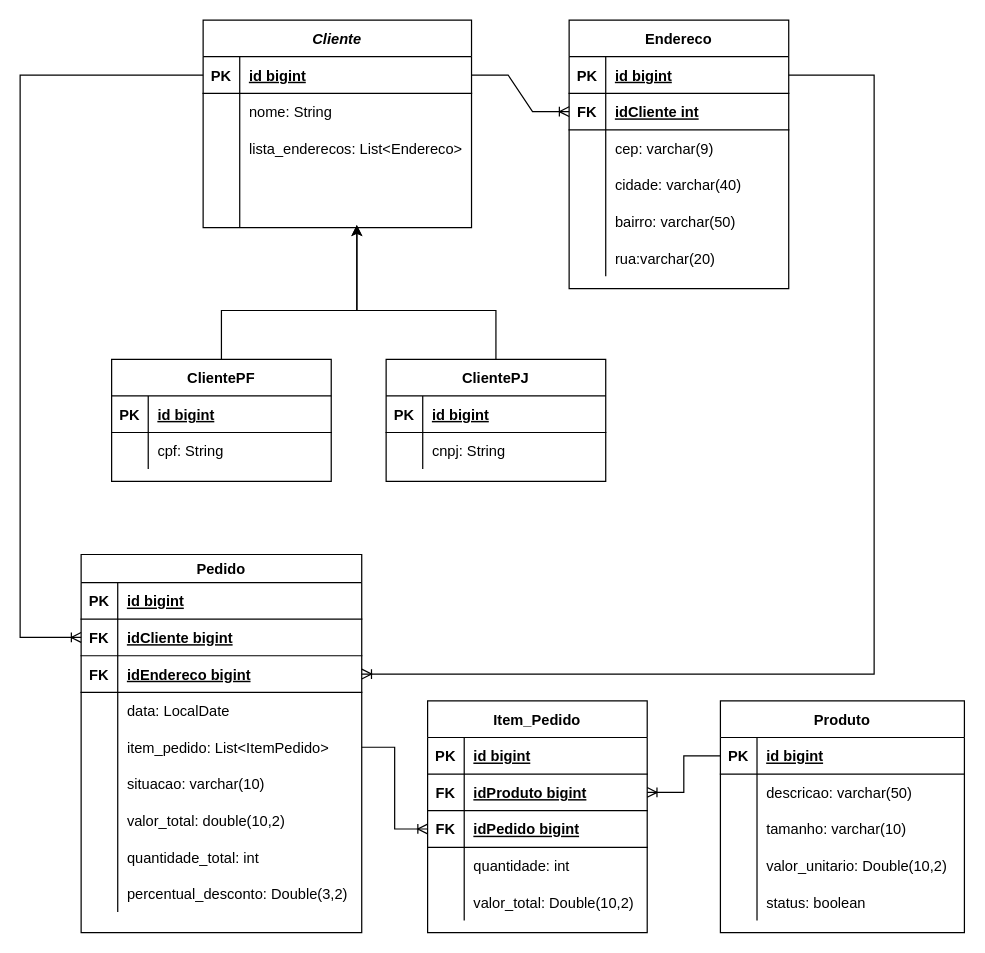
The draw.io diagram outros-documentos/mer_atualizado.drawio in ambrosiaandrade/proway-vissemodas, before the edit. Source tidied: cells renumbered, new cells numbered last; positions are measured from the earlier drawing's top-left corner, leaving out a move shared by most shapes. Both pictures are drawn from the tidied source at 122%, with x=0, y=0 at pixel (20, 20).
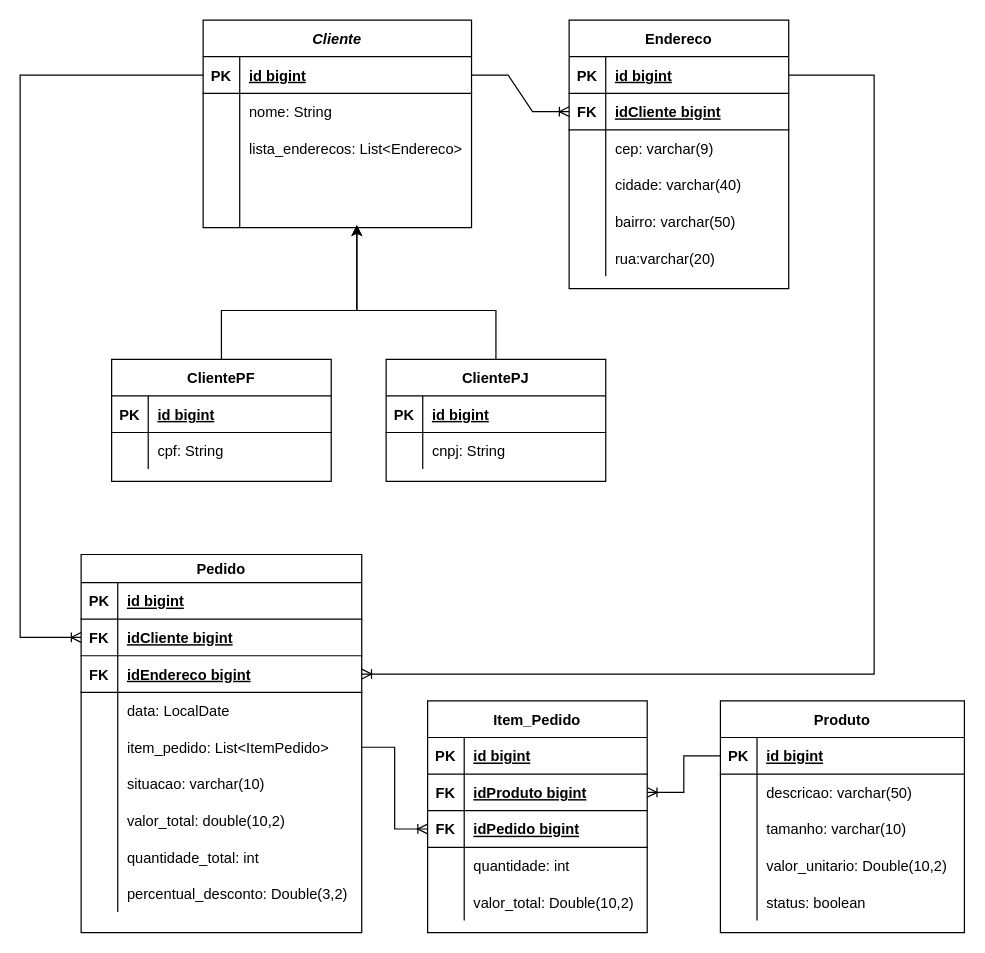
The same page after the edit.

Unchanged cells that the change refers to:
```xml
<mxCell id="66" style="shape=partialRectangle;fillColor=none;top=0;left=0;bottom=1;right=0;points=[[0,0.5],[1,0.5]];portConstraint=eastwest;" parent="62" vertex="1">
  <mxGeometry y="60" width="180" height="30" as="geometry" />
</mxCell>
```

Change to the diagram source:
```diff
@@
-    <mxCell id="68" value="idCliente int" style="shape=partialRectangle;fillColor=none;top=0;left=0;bottom=0;right=0;align=left;spacingLeft=6;fontStyle=5;overflow=hidden;" parent="66" vertex="1">
+    <mxCell id="68" value="idCliente bigint" style="shape=partialRectangle;fillColor=none;top=0;left=0;bottom=0;right=0;align=left;spacingLeft=6;fontStyle=5;overflow=hidden;" parent="66" vertex="1">
       <mxGeometry x="30" width="150" height="30" as="geometry" />
     </mxCell>
```
